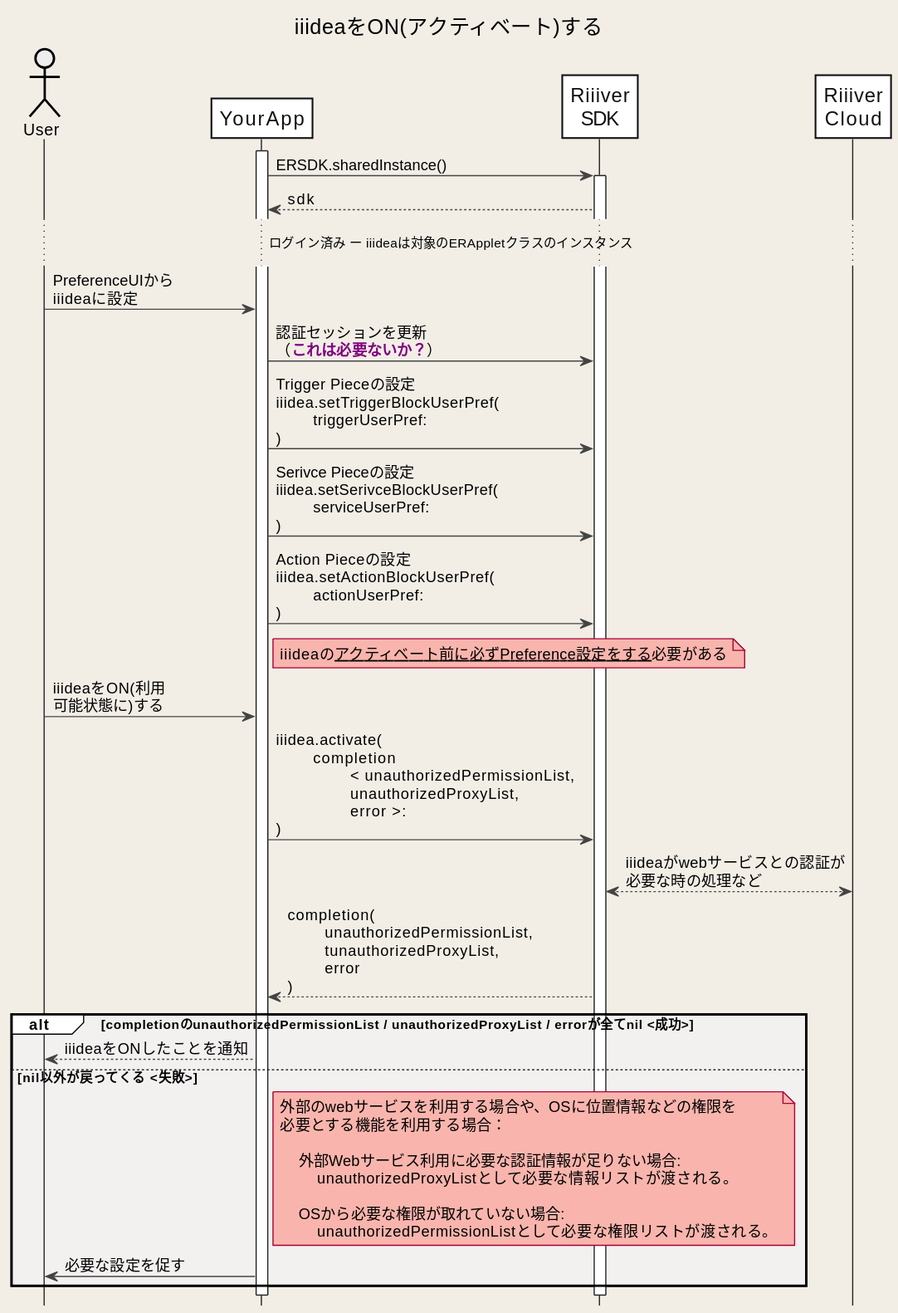
CitizenWatch/RiiiverResources keeps this PlantUML diagram as images/ja/Sequences/activateIiidea.svg. Above is the earlier version. Its diagram source:
```plantuml
@startuml
title iiideaをON(アクティベート)する
hide footbox

skinparam DefaultFontName "Noto Sans JP, Helvetica, Arial, Liberation Sans"
skinparam BackgroundColor #F2EEE6
skinparam Shadowing false
skinparam NoteBackgroundColor #F9B5AD
skinparam NodeBorderColor #F26767

skinparam sequence {
ArrowColor #444444
ActorBorderColor Black
LifeLineBorderColor #222222
LifeLineBackgroundColor White
BoxBorderColor #FFFFFF
BoxBackgroundColor #F2fEf6
GroupBackgroundColor #FFFFFF
GroupBodyBackgroundColor #F3F0F0

ParticipantBorderColor #111111
ParticipantBackgroundColor White
ParticipantFontSize 17
ParticipantFontColor #111111
BoundaryBorderColor Gray
ActorBackgroundColor #eeeeee
ActorFontColor Black

}

actor User
participant YourApp as App
participant "Riiiver\nSDK" as ERSDK
participant "Riiiver\nCloud" as Riiiver

activate App

App -> ERSDK: ERSDK.sharedInstance()
activate ERSDK
App <-- ERSDK: sdk

... ログイン済み ー iiideaは対象のERAppletクラスのインスタンス...

User -> App: PreferenceUIから\niiideaに設定
App -> ERSDK: 認証セッションを更新\n（**<color purple>これは必要ないか？</color>**）
App -> ERSDK: Trigger Pieceの設定\niiidea.setTriggerBlockUserPref(\n\ttriggerUserPref:\n)
App -> ERSDK: Serivce Pieceの設定\niiidea.setSerivceBlockUserPref(\n\tserviceUserPref:\n)
App -> ERSDK: Action Pieceの設定\niiidea.setActionBlockUserPref(\n\tactionUserPref:\n)
note right of App: iiideaの__アクティベート前に必ずPreference設定をする__必要がある

User -> App: iiideaをON(利用\n可能状態に)する
App -> ERSDK: iiidea.activate(\n\tcompletion\n\t\t< unauthorizedPermissionList,\n\t\tunauthorizedProxyList,\n\t\terror >:\n)
ERSDK <--> Riiiver: iiideaがwebサービスとの認証が\n必要な時の処理など
App <-- ERSDK: completion(\n\tunauthorizedPermissionList,\n\ttunauthorizedProxyList,\n\terror\n)
alt completionのunauthorizedPermissionList / unauthorizedProxyList / errorが全てnil <成功>
    User <-- App: iiideaをONしたことを通知
else nil以外が戻ってくる <失敗>
    note right of App
        外部のwebサービスを利用する場合や、OSに位置情報などの権限を
        必要とする機能を利用する場合：

            外部Webサービス利用に必要な認証情報が足りない場合:
                unauthorizedProxyListとして必要な情報リストが渡される。

            OSから必要な権限が取れていない場合:
                unauthorizedPermissionListとして必要な権限リストが渡される。
    end note
    App -> User: 必要な設定を促す
end

@enduml
```
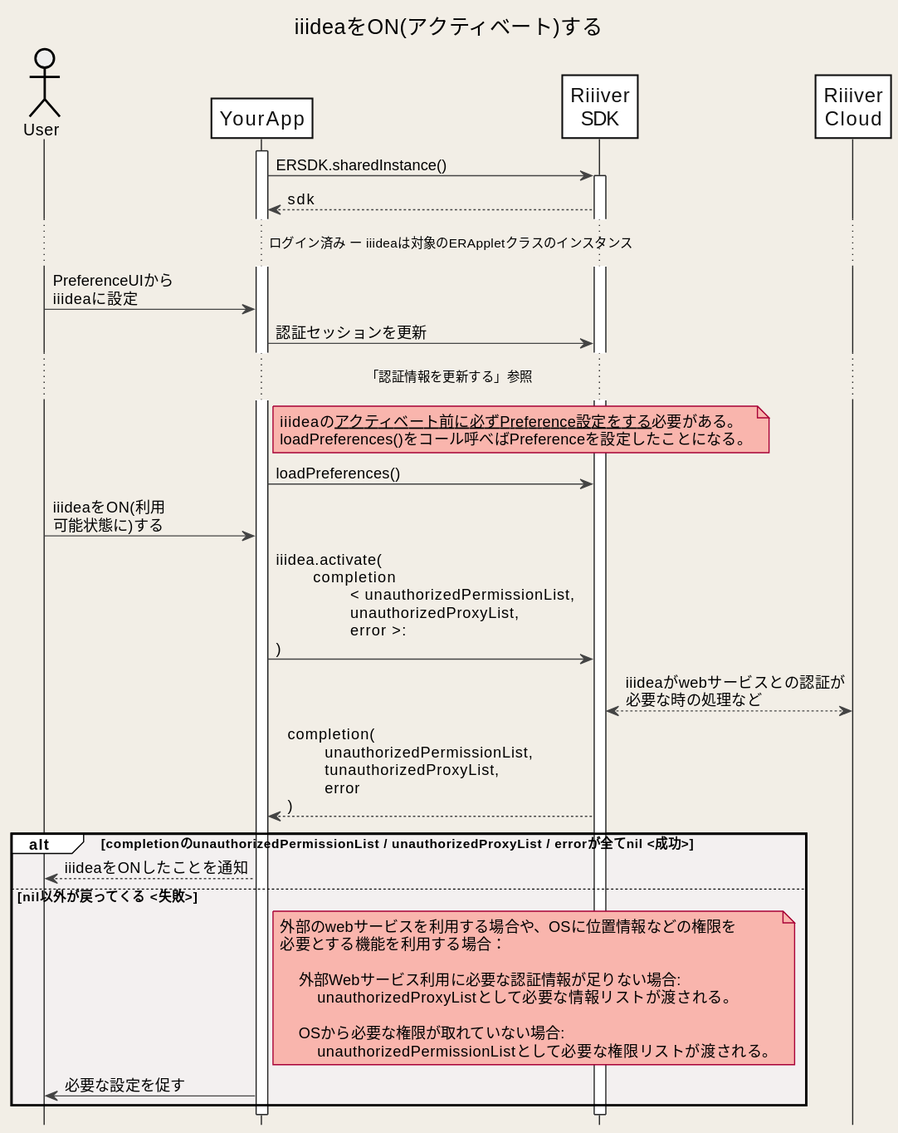
Above is the later version.

Diff of the diagram source:
```diff
@@ -42,12 +42,11 @@
 ... ログイン済み ー iiideaは対象のERAppletクラスのインスタンス...
 
 User -> App: PreferenceUIから\niiideaに設定
-App -> ERSDK: 認証セッションを更新\n（**<color purple>これは必要ないか？</color>**）
-App -> ERSDK: Trigger Pieceの設定\niiidea.setTriggerBlockUserPref(\n\ttriggerUserPref:\n)
-App -> ERSDK: Serivce Pieceの設定\niiidea.setSerivceBlockUserPref(\n\tserviceUserPref:\n)
-App -> ERSDK: Action Pieceの設定\niiidea.setActionBlockUserPref(\n\tactionUserPref:\n)
-note right of App: iiideaの__アクティベート前に必ずPreference設定をする__必要がある
 
+App -> ERSDK: 認証セッションを更新
+... 「認証情報を更新する」参照 ...
+note right of App: iiideaの__アクティベート前に必ずPreference設定をする__必要がある。\nloadPreferences()をコール呼べばPreferenceを設定したことになる。
+App -> ERSDK: loadPreferences()
 User -> App: iiideaをON(利用\n可能状態に)する
 App -> ERSDK: iiidea.activate(\n\tcompletion\n\t\t< unauthorizedPermissionList,\n\t\tunauthorizedProxyList,\n\t\terror >:\n)
 ERSDK <--> Riiiver: iiideaがwebサービスとの認証が\n必要な時の処理など
```
